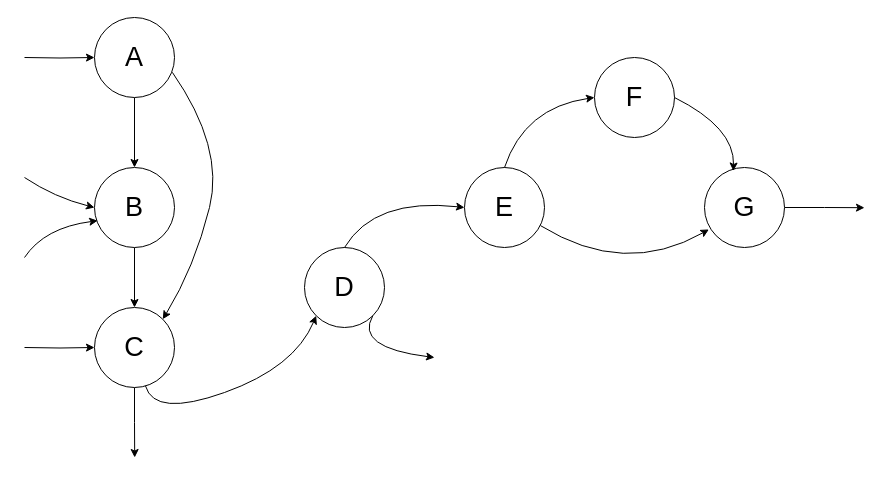
Before: 未命名绘图.drawio in FunkLiu/A-mini-porgram-about-Gaokao, a draw.io diagram. Source tidied: cells renumbered, new cells numbered last; positions are measured from the earlier drawing's top-left corner, leaving out a move shared by most shapes. Both pictures are drawn from the tidied source at 100%, with x=0, y=0 at pixel (24, 17).
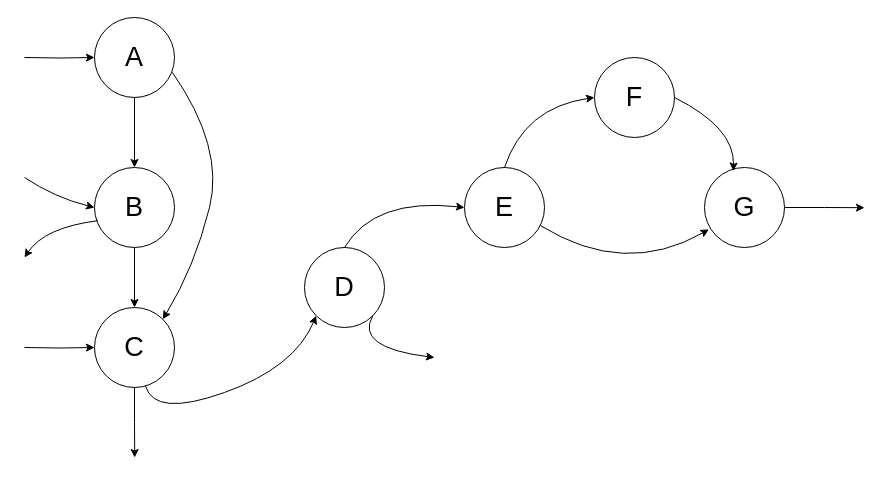
Above is the later version.

Commit message:
数字解析流图

Unchanged cells that the change refers to:
```xml
<mxCell id="11" value="&lt;font style=&quot;font-size: 27px;&quot;&gt;B&lt;/font&gt;" style="ellipse;whiteSpace=wrap;html=1;" parent="1" vertex="1">
  <mxGeometry x="70" y="150" width="80" height="80" as="geometry" />
</mxCell>
```

Change to the diagram source:
```diff
@@
-    <mxCell id="22" style="curved=1;endArrow=classic;html=1;rounded=0;entryX=0.04;entryY=0.665;entryDx=0;entryDy=0;entryPerimeter=0;" parent="1" edge="1" target="11">
+    <mxCell id="22" style="curved=1;endArrow=classic;html=1;rounded=0;entryX=0.04;entryY=0.665;entryDx=0;entryDy=0;entryPerimeter=0;exitX=0.04;exitY=0.665;exitDx=0;exitDy=0;exitPerimeter=0;" parent="1" edge="1" source="11">
       <mxGeometry relative="1" as="geometry">
-        <mxPoint y="240" as="sourcePoint" />
+        <mxPoint y="240" as="targetPoint" />
         <Array as="points">
           <mxPoint x="20" y="210" />
         </Array>
       </mxGeometry>
     </mxCell>
```
